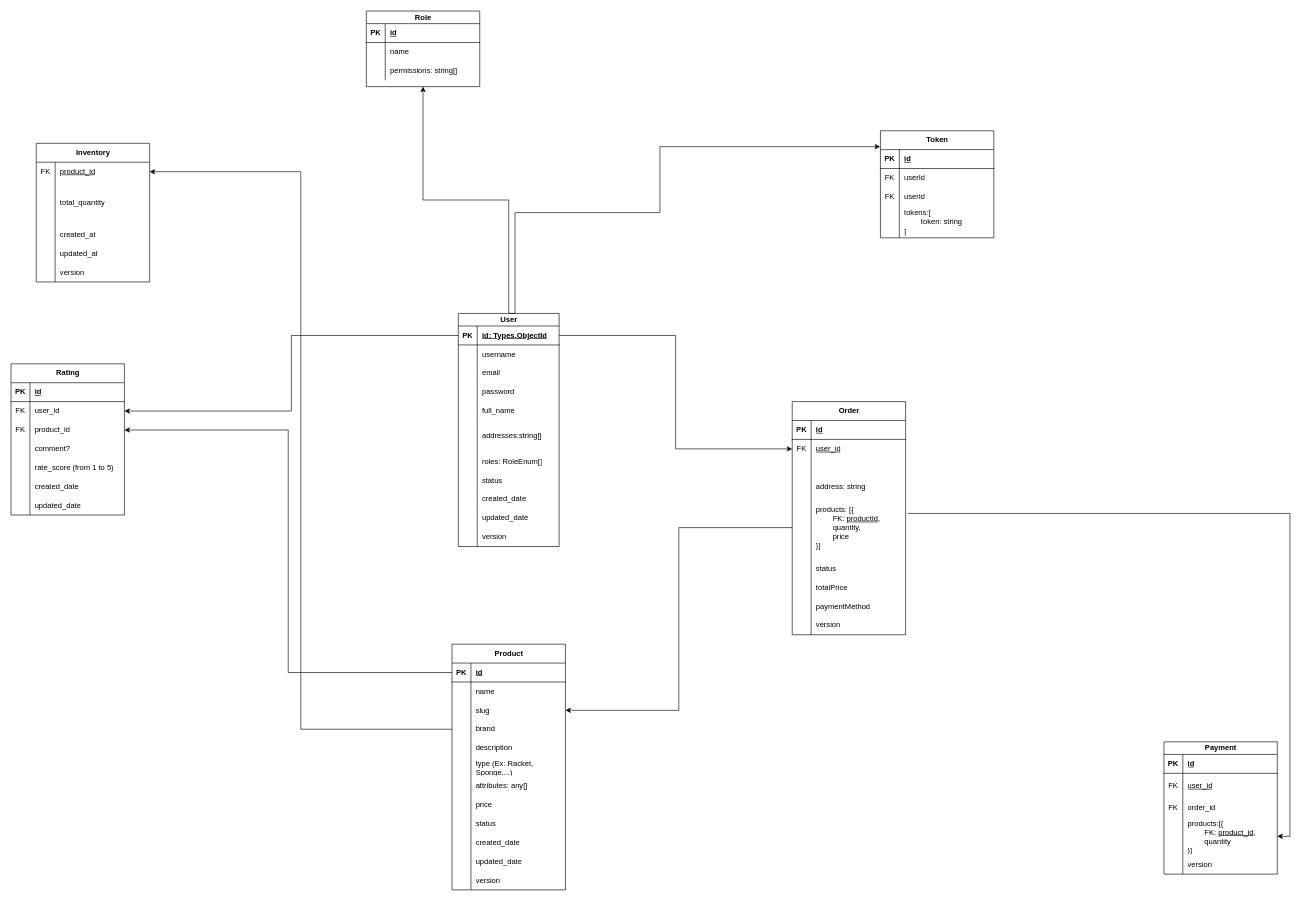
The draw.io diagram Document/ClassDiagram.drawio in n0aHVN/TableTennisShop, before the edit. Source tidied: cells renumbered, new cells numbered last; positions are measured from the earlier drawing's top-left corner, leaving out a move shared by most shapes. Both pictures are drawn from the tidied source at 63%, with x=0, y=0 at pixel (11, 11).
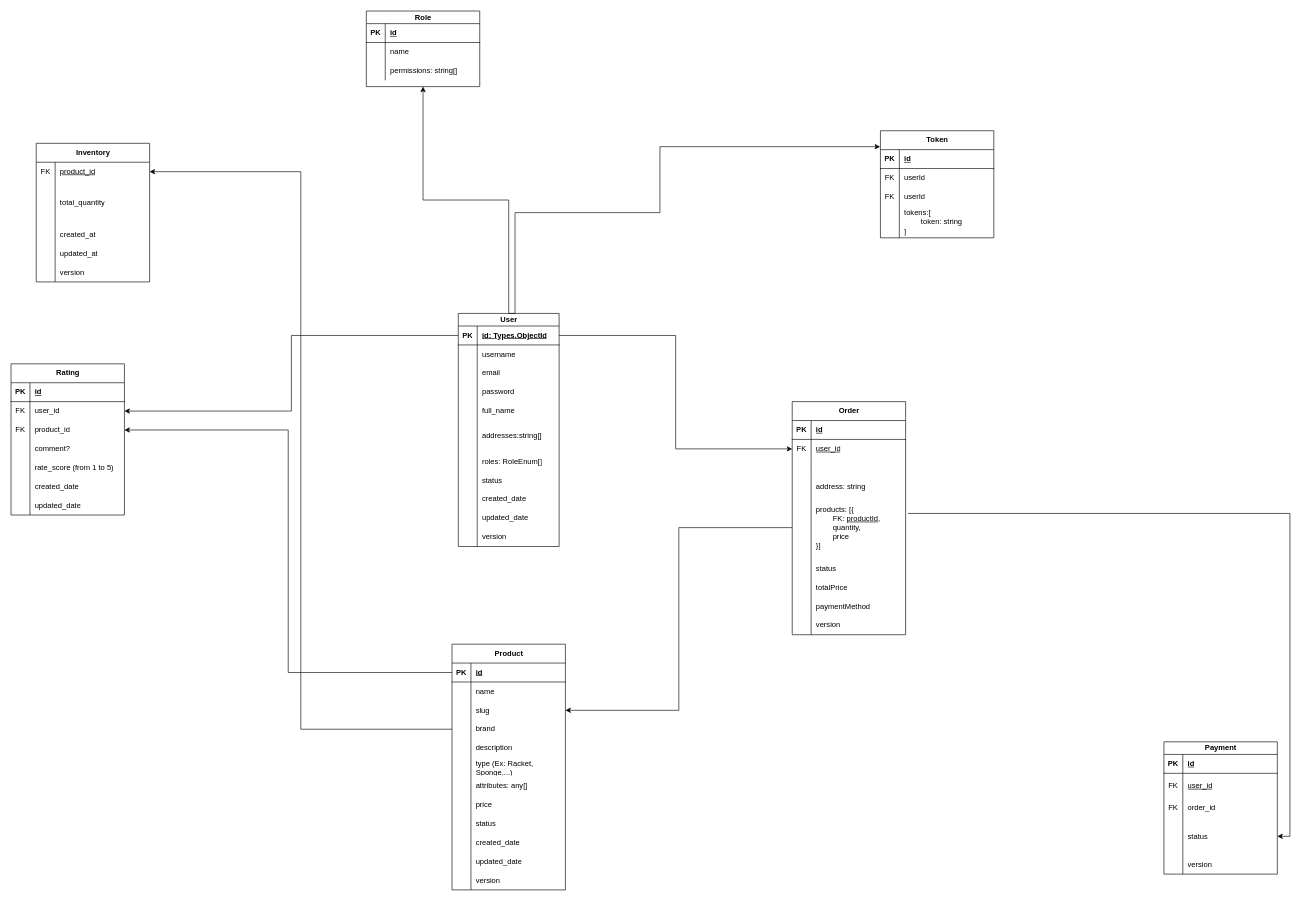
The same page after the edit.

The change refers to these unchanged cells:
```xml
<mxCell id="106" style="shape=tableRow;horizontal=0;startSize=0;swimlaneHead=0;swimlaneBody=0;fillColor=none;points=[[0,0.5],[1,0.5]];portConstraint=eastwest;top=0;left=0;right=0;bottom=0;" parent="96" vertex="1">
  <mxGeometry y="120" width="180" height="60" as="geometry" />
</mxCell>
```

Diff of the diagram source:
```diff
@@
-    <mxCell id="108" value="products:[{&lt;div&gt;&lt;span style=&quot;white-space: pre;&quot;&gt;&#9;&lt;/span&gt;FK: &lt;u&gt;product_id&lt;/u&gt;,&lt;/div&gt;&lt;div&gt;&lt;span style=&quot;white-space: pre;&quot;&gt;&#9;&lt;/span&gt;quantity&lt;br&gt;&lt;/div&gt;&lt;div&gt;&lt;div&gt;}]&lt;/div&gt;&lt;/div&gt;" style="shape=partialRectangle;fillColor=none;top=0;left=0;bottom=0;right=0;align=left;spacingLeft=6;overflow=hidden;whiteSpace=wrap;html=1;" parent="106" vertex="1">
+    <mxCell id="108" value="status" style="shape=partialRectangle;fillColor=none;top=0;left=0;bottom=0;right=0;align=left;spacingLeft=6;overflow=hidden;whiteSpace=wrap;html=1;" parent="106" vertex="1">
       <mxGeometry x="30" width="150" height="60" as="geometry" />
     </mxCell>
```
